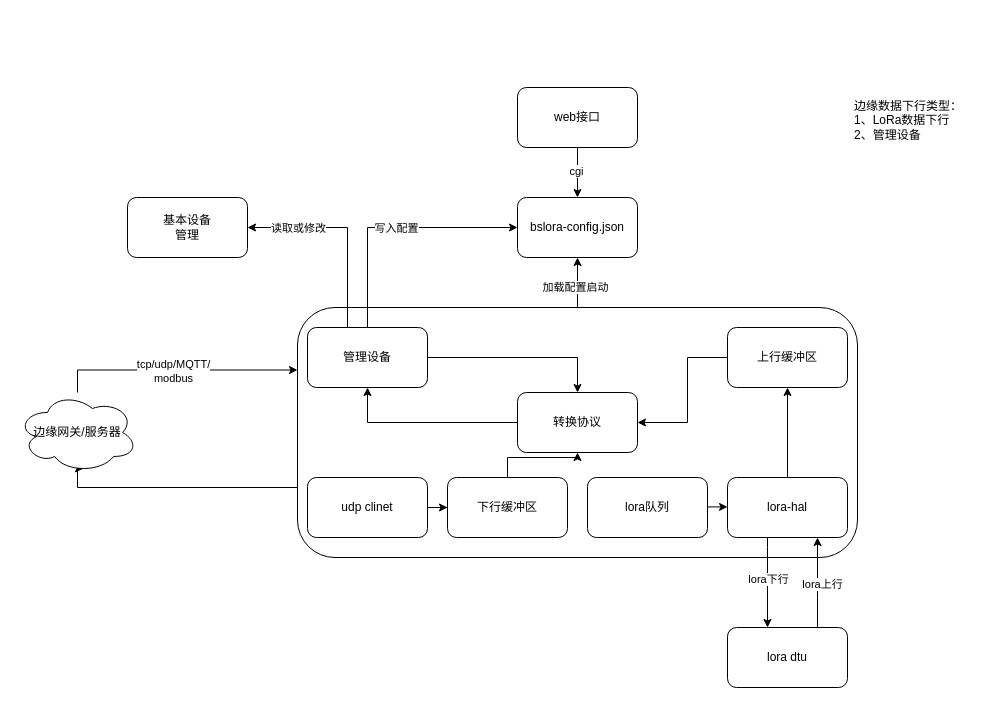
kent0628/diagrams keeps this draw.io diagram as bs-lora.drawio. Above is the earlier version. Source tidied: cells renumbered, new cells numbered last; positions are measured from the earlier drawing's top-left corner, leaving out a move shared by most shapes. Both pictures are drawn from the tidied source at 100%, with x=0, y=0 at pixel (17, 87).
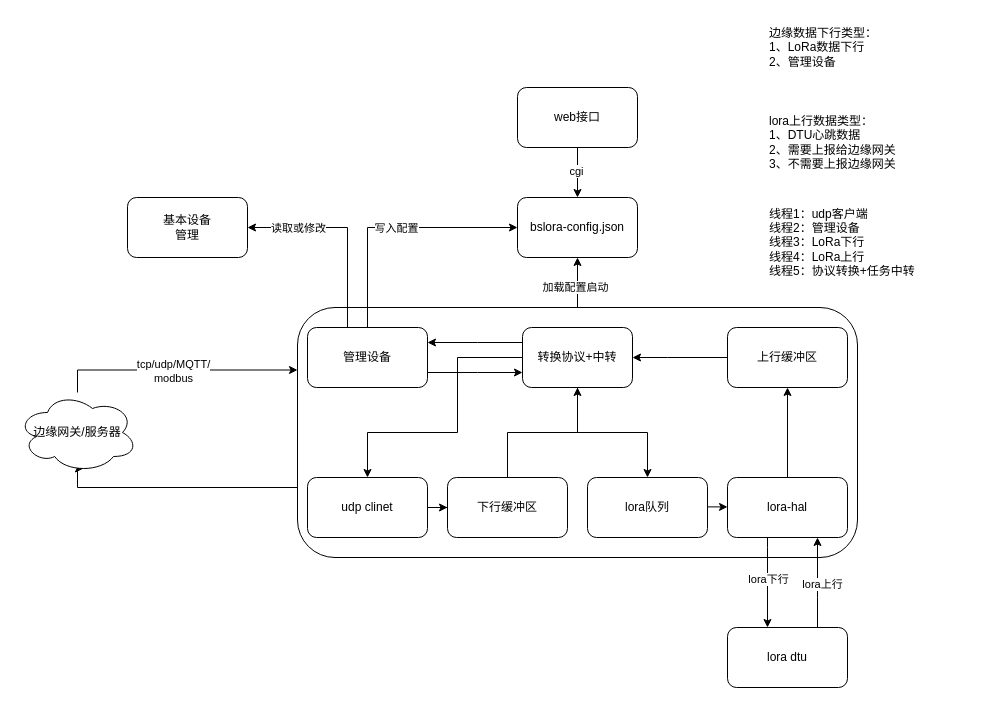
The same diagram, later.

Unchanged cells that the change refers to:
```xml
<mxCell id="18" value="udp clinet" style="rounded=1;whiteSpace=wrap;html=1;" parent="1" vertex="1">
  <mxGeometry x="290" y="390" width="120" height="60" as="geometry" />
</mxCell>
<mxCell id="29" value="管理设备" style="rounded=1;whiteSpace=wrap;html=1;" parent="1" vertex="1">
  <mxGeometry x="290" y="240" width="120" height="60" as="geometry" />
</mxCell>
<mxCell id="31" value="上行缓冲区" style="rounded=1;whiteSpace=wrap;html=1;" parent="1" vertex="1">
  <mxGeometry x="710" y="240" width="120" height="60" as="geometry" />
</mxCell>
<mxCell id="36" value="lora队列" style="rounded=1;whiteSpace=wrap;html=1;" parent="1" vertex="1">
  <mxGeometry x="570" y="390" width="120" height="60" as="geometry" />
</mxCell>
```

The edit, as a diff of the source:
```diff
@@
     <mxCell id="28" style="edgeStyle=orthogonalEdgeStyle;rounded=0;jettySize=auto;html=1;" parent="1" edge="1" source="29" target="35">
-      <mxGeometry relative="1" as="geometry" />
+      <mxGeometry relative="1" as="geometry">
+        <Array as="points">
+          <mxPoint x="460" y="285" />
+          <mxPoint x="460" y="285" />
+        </Array>
+      </mxGeometry>
     </mxCell>
@@
     <mxCell id="30" style="edgeStyle=orthogonalEdgeStyle;rounded=0;jettySize=auto;html=1;" parent="1" edge="1" source="31" target="35">
       <mxGeometry relative="1" as="geometry">
         <Array as="points">
-          <mxPoint x="670" y="270" />
-          <mxPoint x="670" y="335" />
+          <mxPoint x="650" y="270" />
+          <mxPoint x="650" y="270" />
         </Array>
       </mxGeometry>
     </mxCell>
@@
     <mxCell id="32" value="边缘数据下行类型：&lt;br&gt;1、LoRa数据下行&lt;br&gt;2、管理设备" style="text;html=1;align=left;verticalAlign=middle;strokeColor=none;fillColor=none;" parent="1" vertex="1">
-      <mxGeometry x="835" y="3" width="130" height="60" as="geometry" />
+      <mxGeometry x="750" y="-70" width="130" height="60" as="geometry" />
     </mxCell>
@@
     <mxCell id="34" style="edgeStyle=orthogonalEdgeStyle;rounded=0;jettySize=auto;html=1;" parent="1" edge="1" source="35" target="29">
-      <mxGeometry relative="1" as="geometry" />
+      <mxGeometry relative="1" as="geometry">
+        <Array as="points">
+          <mxPoint x="460" y="255" />
+          <mxPoint x="460" y="255" />
+        </Array>
+      </mxGeometry>
     </mxCell>
+    <mxCell id="38" style="edgeStyle=orthogonalEdgeStyle;rounded=0;jettySize=auto;html=1;exitX=0;exitY=0.5;exitDx=0;exitDy=0;entryX=0.5;entryY=0;entryDx=0;entryDy=0;" parent="1" edge="1" source="35" target="18">
+      <mxGeometry relative="1" as="geometry">
+        <Array as="points">
+          <mxPoint x="440" y="270" />
+          <mxPoint x="440" y="345" />
+          <mxPoint x="350" y="345" />
+        </Array>
+      </mxGeometry>
+    </mxCell>
+    <mxCell id="39" style="edgeStyle=orthogonalEdgeStyle;rounded=0;jettySize=auto;html=1;exitX=1;exitY=0.5;exitDx=0;exitDy=0;" parent="1" edge="1" source="35" target="36">
+      <mxGeometry relative="1" as="geometry">
+        <Array as="points">
+          <mxPoint x="560" y="270" />
+          <mxPoint x="560" y="345" />
+          <mxPoint x="630" y="345" />
+        </Array>
+      </mxGeometry>
+    </mxCell>
-    <mxCell id="35" value="转换协议" style="rounded=1;whiteSpace=wrap;html=1;" parent="1" vertex="1">
-      <mxGeometry x="500" y="305" width="120" height="60" as="geometry" />
+    <mxCell id="35" value="转换协议+中转" style="rounded=1;whiteSpace=wrap;html=1;" parent="1" vertex="1">
+      <mxGeometry x="505" y="240" width="110" height="60" as="geometry" />
     </mxCell>
@@
+    <mxCell id="40" value="lora上行数据类型：&lt;br&gt;1、DTU心跳数据&lt;br&gt;2、需要上报给边缘网关&lt;br&gt;3、不需要上报边缘网关" style="text;html=1;align=left;verticalAlign=middle;strokeColor=none;fillColor=none;" parent="1" vertex="1">
+      <mxGeometry x="750" y="20" width="150" height="70" as="geometry" />
+    </mxCell>
+    <mxCell id="41" value="线程1：udp客户端&lt;br&gt;线程2：管理设备&lt;br&gt;线程3：LoRa下行&lt;br&gt;线程4：LoRa上行&lt;br&gt;线程5：协议转换+任务中转" style="text;html=1;align=left;verticalAlign=middle;strokeColor=none;fillColor=none;" parent="1" vertex="1">
+      <mxGeometry x="750" y="110" width="170" height="90" as="geometry" />
+    </mxCell>
```
